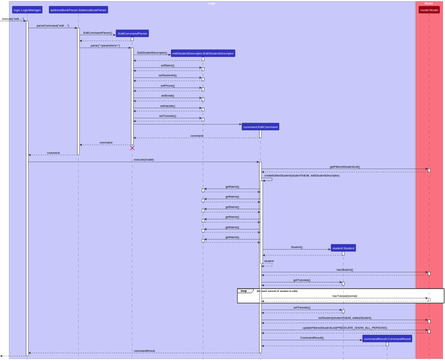
This is docs/images/student-related/EditStudentSequenceDiagram.svg from WhyAre/tp, a PlantUML export, as it was before one commit. Source of this version:
```plantuml
@startuml
!include ../style.puml
skinparam ArrowFontStyle plain

box Logic LOGIC_COLOR_T1
participant "logic:LogicManager" as LogicManager LOGIC_COLOR
participant "addressBookParser:AddressBookParser" as AddressBookParser LOGIC_COLOR
participant ":EditCommandParser" as EditCommandParser LOGIC_COLOR
participant "editStudentDescriptor:EditStudentDescriptor" as EditStudentDescriptor LOGIC_COLOR
participant "command:EditCommand" as EditCommand LOGIC_COLOR
participant "student:Student" as Student LOGIC_COLOR
participant "commandResult:CommandResult" as CommandResult LOGIC_COLOR
end box

box Model MODEL_COLOR_T1
participant "model:Model" as Model MODEL_COLOR
end box

[-> LogicManager : execute("edit ...")
activate LogicManager

LogicManager -> AddressBookParser : parseCommand("edit ...")
activate AddressBookParser

create EditCommandParser
AddressBookParser -> EditCommandParser : EditCommandParser()
activate EditCommandParser

EditCommandParser --> AddressBookParser
deactivate EditCommandParser

AddressBookParser -> EditCommandParser : parse("<parameters>")
activate EditCommandParser

create EditStudentDescriptor
EditCommandParser -> EditStudentDescriptor : EditStudentDescriptor()
activate EditStudentDescriptor

EditStudentDescriptor --> EditCommandParser
deactivate EditStudentDescriptor

EditCommandParser -> EditStudentDescriptor : setName()
activate EditStudentDescriptor

EditStudentDescriptor --> EditCommandParser
deactivate EditStudentDescriptor

EditCommandParser -> EditStudentDescriptor : setStudentId()
activate EditStudentDescriptor

EditStudentDescriptor --> EditCommandParser
deactivate EditStudentDescriptor

EditCommandParser -> EditStudentDescriptor : setPhone()
activate EditStudentDescriptor

EditStudentDescriptor --> EditCommandParser
deactivate EditStudentDescriptor

EditCommandParser -> EditStudentDescriptor : setEmail()
activate EditStudentDescriptor

EditStudentDescriptor --> EditCommandParser
deactivate EditStudentDescriptor

EditCommandParser -> EditStudentDescriptor : setHandle()
activate EditStudentDescriptor

EditStudentDescriptor --> EditCommandParser
deactivate EditStudentDescriptor

EditCommandParser -> EditStudentDescriptor : setTutorials()
activate EditStudentDescriptor

EditStudentDescriptor --> EditCommandParser
deactivate EditStudentDescriptor

create EditCommand
EditCommandParser -> EditCommand
activate EditCommand

EditCommand --> EditCommandParser : command
deactivate EditCommand

EditCommandParser --> AddressBookParser : command
deactivate EditCommandParser
EditCommandParser -[hidden]-> AddressBookParser
destroy EditCommandParser

AddressBookParser --> LogicManager : command
deactivate AddressBookParser

LogicManager -> EditCommand : execute(model)
activate EditCommand

EditCommand -> Model : getFilteredStudentList()
activate Model

Model --> EditCommand
deactivate Model

EditCommand -> EditCommand : createEditedStudent(studentToEdit, editStudentDescriptor)
activate EditCommand

EditCommand -> EditStudentDescriptor : getName()
activate EditStudentDescriptor

EditStudentDescriptor --> EditCommand
deactivate EditStudentDescriptor

EditCommand -> EditStudentDescriptor : getName()
activate EditStudentDescriptor

EditStudentDescriptor --> EditCommand
deactivate EditStudentDescriptor

EditCommand -> EditStudentDescriptor : getName()
activate EditStudentDescriptor

EditStudentDescriptor --> EditCommand
deactivate EditStudentDescriptor

EditCommand -> EditStudentDescriptor : getName()
activate EditStudentDescriptor

EditStudentDescriptor --> EditCommand
deactivate EditStudentDescriptor

EditCommand -> EditStudentDescriptor : getName()
activate EditStudentDescriptor

EditStudentDescriptor --> EditCommand
deactivate EditStudentDescriptor

EditCommand -> EditStudentDescriptor : getName()
activate EditStudentDescriptor

EditStudentDescriptor --> EditCommand
deactivate EditStudentDescriptor

create Student
EditCommand -> Student : Student()
activate Student

Student --> EditCommand
deactivate Student

EditCommand --> EditCommand : student
deactivate EditCommand

EditCommand -> Model : hasStudent()
activate Model

Model --> EditCommand
deactivate Model

EditCommand -> Student : getTutorials()
activate Student

Student --> EditCommand
deactivate Student

loop for each tutorial of student to edit
    EditCommand -> Model : hasTutorial(tutorial)
    activate Model

    Model --> EditCommand
    deactivate Model
end

EditCommand -> Student : setTutorials()
activate Student

Student --> EditCommand
deactivate Student

EditCommand -> Model : setStudent(studentToEdit, editedStudent)
activate Model

Model --> EditCommand
deactivate Model

EditCommand -> Model : updateFilteredStudentList(PREDICATE_SHOW_ALL_PERSONS)
activate Model

Model --> EditCommand
deactivate Model

create CommandResult
EditCommand -> CommandResult : CommandResult()
activate CommandResult

CommandResult --> EditCommand
deactivate CommandResult

EditCommand --> LogicManager : commandResult
deactivate EditCommand

[<--LogicManager
deactivate LogicManager
@enduml
```
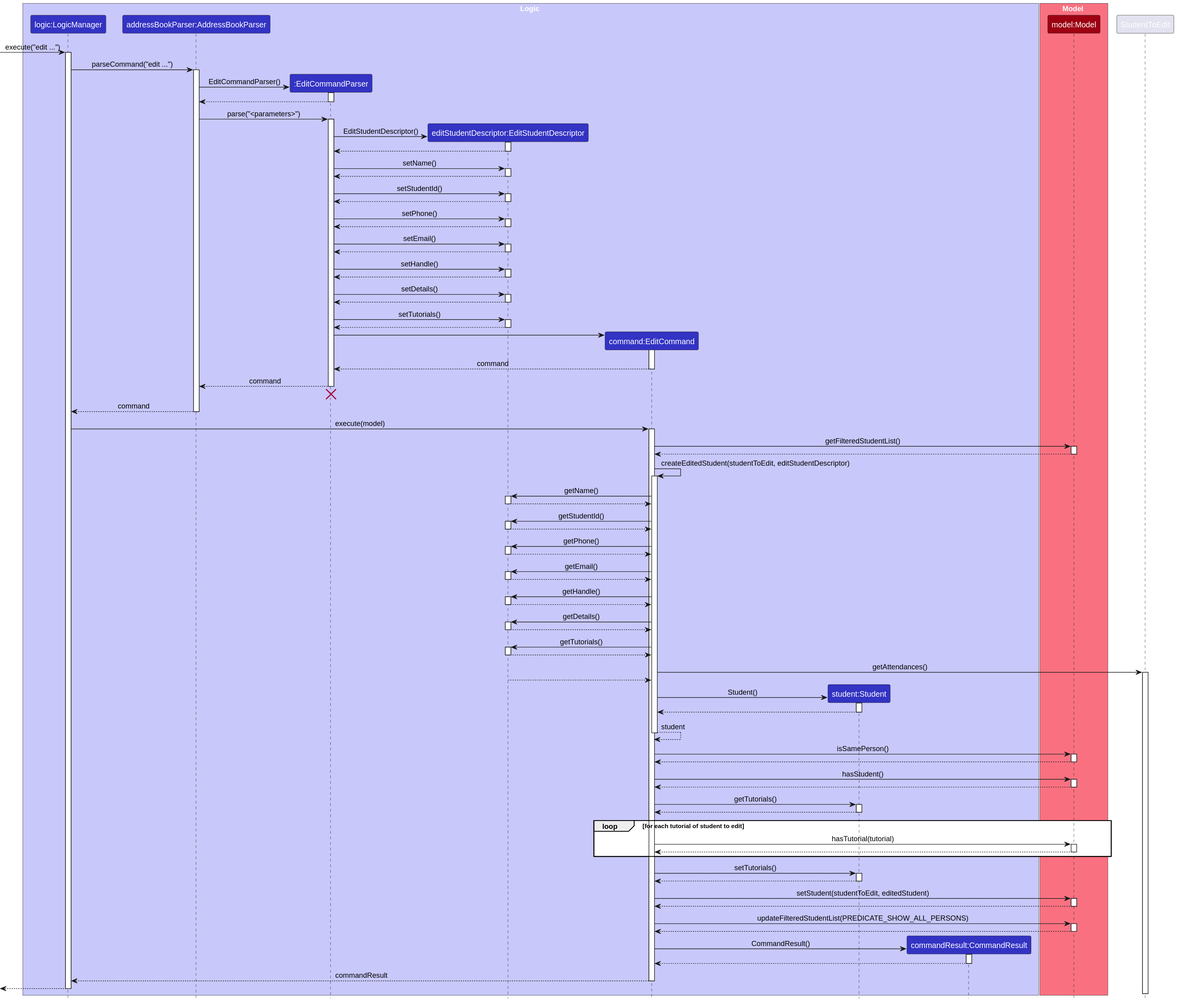
Above is the later version.

Commit message:
Update UML diagrams to include details attribute

Diff of the diagram source:
```diff
@@ -69,6 +69,12 @@
 EditStudentDescriptor --> EditCommandParser
 deactivate EditStudentDescriptor
 
+EditCommandParser -> EditStudentDescriptor : setDetails()
+activate EditStudentDescriptor
+
+EditStudentDescriptor --> EditCommandParser
+deactivate EditStudentDescriptor
+
 EditCommandParser -> EditStudentDescriptor : setTutorials()
 activate EditStudentDescriptor
 
@@ -108,32 +114,44 @@
 EditStudentDescriptor --> EditCommand
 deactivate EditStudentDescriptor
 
-EditCommand -> EditStudentDescriptor : getName()
+EditCommand -> EditStudentDescriptor : getStudentId()
 activate EditStudentDescriptor
 
 EditStudentDescriptor --> EditCommand
 deactivate EditStudentDescriptor
 
-EditCommand -> EditStudentDescriptor : getName()
+EditCommand -> EditStudentDescriptor : getPhone()
 activate EditStudentDescriptor
 
 EditStudentDescriptor --> EditCommand
 deactivate EditStudentDescriptor
 
-EditCommand -> EditStudentDescriptor : getName()
+EditCommand -> EditStudentDescriptor : getEmail()
 activate EditStudentDescriptor
 
 EditStudentDescriptor --> EditCommand
 deactivate EditStudentDescriptor
 
-EditCommand -> EditStudentDescriptor : getName()
+EditCommand -> EditStudentDescriptor : getHandle()
 activate EditStudentDescriptor
 
 EditStudentDescriptor --> EditCommand
 deactivate EditStudentDescriptor
 
-EditCommand -> EditStudentDescriptor : getName()
+EditCommand -> EditStudentDescriptor : getDetails()
 activate EditStudentDescriptor
+
+EditStudentDescriptor --> EditCommand
+deactivate EditStudentDescriptor
+
+EditCommand -> EditStudentDescriptor : getTutorials()
+activate EditStudentDescriptor
+
+EditStudentDescriptor --> EditCommand
+deactivate EditStudentDescriptor
+
+EditCommand -> StudentToEdit : getAttendances()
+activate StudentToEdit
 
 EditStudentDescriptor --> EditCommand
 deactivate EditStudentDescriptor
@@ -147,6 +165,12 @@
 
 EditCommand --> EditCommand : student
 deactivate EditCommand
+
+EditCommand -> Model : isSamePerson()
+activate Model
+
+Model --> EditCommand
+deactivate Model
 
 EditCommand -> Model : hasStudent()
 activate Model
```
